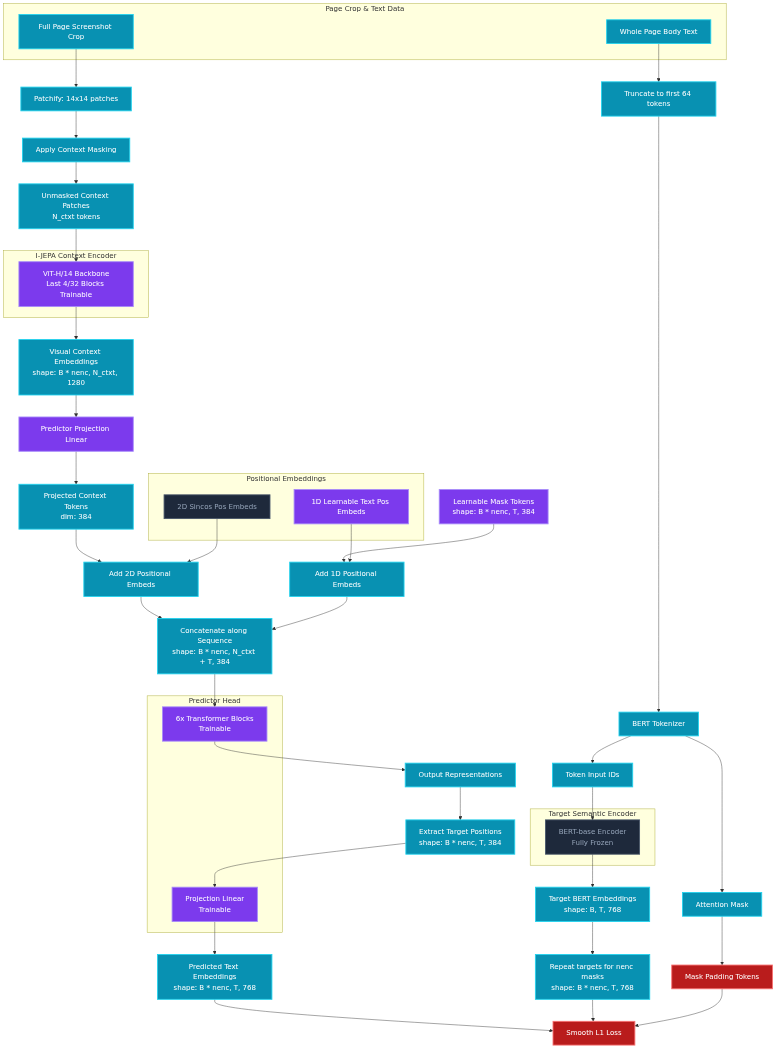
The Mermaid diagram presentation/ijepa_architecture.png in hkanpak21/Comp447_VISWORD, before a commit. Its source is kept beside it as presentation/ijepa_architecture.mmd. Its diagram source:
```mermaid
graph TD
    classDef frozen fill:#1e293b,stroke:#475569,stroke-width:2px,color:#94a3b8;
    classDef trainable fill:#7c3aed,stroke:#a78bfa,stroke-width:2px,color:#ffffff;
    classDef data fill:#0891b2,stroke:#22d3ee,stroke-width:2px,color:#ffffff;
    classDef loss fill:#b91c1c,stroke:#f87171,stroke-width:2px,color:#ffffff;

    subgraph Input_Data [Page Crop & Text Data]
        Img[Full Page Screenshot Crop]:::data
        RawText[Whole Page Body Text]:::data
    end

    Img --> Patches[Patchify: 14x14 patches]:::data
    Patches --> Masking[Apply Context Masking]:::data
    Masking --> ContextPatches[Unmasked Context Patches<br>N_ctxt tokens]:::data

    subgraph Context_Encoder [I-JEPA Context Encoder]
        Encoder[ViT-H/14 Backbone<br>Last 4/32 Blocks Trainable]:::trainable
    end
    ContextPatches --> Encoder
    Encoder --> ContextEmbs[Visual Context Embeddings<br>shape: B * nenc, N_ctxt, 1280]:::data

    RawText --> Truncate[Truncate to first 64 tokens]:::data
    Truncate --> Tokenizer[BERT Tokenizer]:::data
    Tokenizer --> InputIDs[Token Input IDs]:::data

    subgraph Target_Encoder [Target Semantic Encoder]
        BERT[BERT-base Encoder<br>Fully Frozen]:::frozen
    end
    InputIDs --> BERT
    BERT --> BERTEmbs[Target BERT Embeddings<br>shape: B, T, 768]:::data

    ContextEmbs --> ProjIn[Predictor Projection Linear]:::trainable
    ProjIn --> ContextTokens[Projected Context Tokens<br>dim: 384]:::data

    subgraph Pos_Embeds [Positional Embeddings]
        Pos2D[2D Sincos Pos Embeds]:::frozen
        Pos1D[1D Learnable Text Pos Embeds]:::trainable
    end
    ContextTokens & Pos2D --> Add2D[Add 2D Positional Embeds]:::data

    MaskToken[Learnable Mask Tokens<br>shape: B * nenc, T, 384]:::trainable
    MaskToken & Pos1D --> Add1D[Add 1D Positional Embeds]:::data

    Add2D & Add1D --> Concat[Concatenate along Sequence<br>shape: B * nenc, N_ctxt + T, 384]:::data

    subgraph Transformer_Predictor [Predictor Head]
        PredictorBlocks[6x Transformer Blocks<br>Trainable]:::trainable
        ProjOut[Projection Linear<br>Trainable]:::trainable
    end

    Concat --> PredictorBlocks
    PredictorBlocks --> OutConcat[Output Representations]:::data
    OutConcat --> Extract[Extract Target Positions<br>shape: B * nenc, T, 384]:::data
    Extract --> ProjOut
    ProjOut --> PredictedEmbs[Predicted Text Embeddings<br>shape: B * nenc, T, 768]:::data

    BERTEmbs --> RepeatTargets[Repeat targets for nenc masks<br>shape: B * nenc, T, 768]:::data
    PredictedEmbs & RepeatTargets --> SmoothL1[Smooth L1 Loss]:::loss
    Tokenizer --> AttnMask[Attention Mask]:::data
    AttnMask --> ApplyMask[Mask Padding Tokens]:::loss
    ApplyMask --> SmoothL1
```
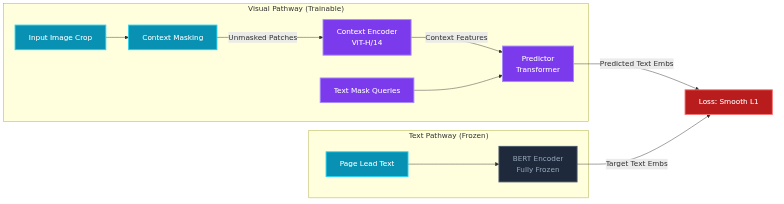
The same diagram one commit later.

Commit message:
Simplify JEPA diagram to high-level conceptual flow

Change to the diagram source:
```diff
@@ -1,61 +1,19 @@
-graph TD
+graph LR
     classDef frozen fill:#1e293b,stroke:#475569,stroke-width:2px,color:#94a3b8;
     classDef trainable fill:#7c3aed,stroke:#a78bfa,stroke-width:2px,color:#ffffff;
     classDef data fill:#0891b2,stroke:#22d3ee,stroke-width:2px,color:#ffffff;
     classDef loss fill:#b91c1c,stroke:#f87171,stroke-width:2px,color:#ffffff;
 
-    subgraph Input_Data [Page Crop & Text Data]
-        Img[Full Page Screenshot Crop]:::data
-        RawText[Whole Page Body Text]:::data
+    subgraph Visual_Pathway ["Visual Pathway (Trainable)"]
+        A[Input Image Crop]:::data --> B[Context Masking]:::data
+        B -->|Unmasked Patches| C[Context Encoder<br>ViT-H/14]:::trainable
+        C -->|Context Features| D[Predictor<br>Transformer]:::trainable
+        E[Text Mask Queries]:::trainable --> D
     end
 
-    Img --> Patches[Patchify: 14x14 patches]:::data
-    Patches --> Masking[Apply Context Masking]:::data
-    Masking --> ContextPatches[Unmasked Context Patches<br>N_ctxt tokens]:::data
-
-    subgraph Context_Encoder [I-JEPA Context Encoder]
-        Encoder[ViT-H/14 Backbone<br>Last 4/32 Blocks Trainable]:::trainable
-    end
-    ContextPatches --> Encoder
-    Encoder --> ContextEmbs[Visual Context Embeddings<br>shape: B * nenc, N_ctxt, 1280]:::data
-
-    RawText --> Truncate[Truncate to first 64 tokens]:::data
-    Truncate --> Tokenizer[BERT Tokenizer]:::data
-    Tokenizer --> InputIDs[Token Input IDs]:::data
-
-    subgraph Target_Encoder [Target Semantic Encoder]
-        BERT[BERT-base Encoder<br>Fully Frozen]:::frozen
-    end
-    InputIDs --> BERT
-    BERT --> BERTEmbs[Target BERT Embeddings<br>shape: B, T, 768]:::data
-
-    ContextEmbs --> ProjIn[Predictor Projection Linear]:::trainable
-    ProjIn --> ContextTokens[Projected Context Tokens<br>dim: 384]:::data
-
-    subgraph Pos_Embeds [Positional Embeddings]
-        Pos2D[2D Sincos Pos Embeds]:::frozen
-        Pos1D[1D Learnable Text Pos Embeds]:::trainable
-    end
-    ContextTokens & Pos2D --> Add2D[Add 2D Positional Embeds]:::data
-
-    MaskToken[Learnable Mask Tokens<br>shape: B * nenc, T, 384]:::trainable
-    MaskToken & Pos1D --> Add1D[Add 1D Positional Embeds]:::data
-
-    Add2D & Add1D --> Concat[Concatenate along Sequence<br>shape: B * nenc, N_ctxt + T, 384]:::data
-
-    subgraph Transformer_Predictor [Predictor Head]
-        PredictorBlocks[6x Transformer Blocks<br>Trainable]:::trainable
-        ProjOut[Projection Linear<br>Trainable]:::trainable
+    subgraph Text_Pathway ["Text Pathway (Frozen)"]
+        F[Page Lead Text]:::data --> G[BERT Encoder<br>Fully Frozen]:::frozen
     end
 
-    Concat --> PredictorBlocks
-    PredictorBlocks --> OutConcat[Output Representations]:::data
-    OutConcat --> Extract[Extract Target Positions<br>shape: B * nenc, T, 384]:::data
-    Extract --> ProjOut
-    ProjOut --> PredictedEmbs[Predicted Text Embeddings<br>shape: B * nenc, T, 768]:::data
-
-    BERTEmbs --> RepeatTargets[Repeat targets for nenc masks<br>shape: B * nenc, T, 768]:::data
-    PredictedEmbs & RepeatTargets --> SmoothL1[Smooth L1 Loss]:::loss
-    Tokenizer --> AttnMask[Attention Mask]:::data
-    AttnMask --> ApplyMask[Mask Padding Tokens]:::loss
-    ApplyMask --> SmoothL1
+    D -->|Predicted Text Embs| H[Loss: Smooth L1]:::loss
+    G -->|Target Text Embs| H
```
